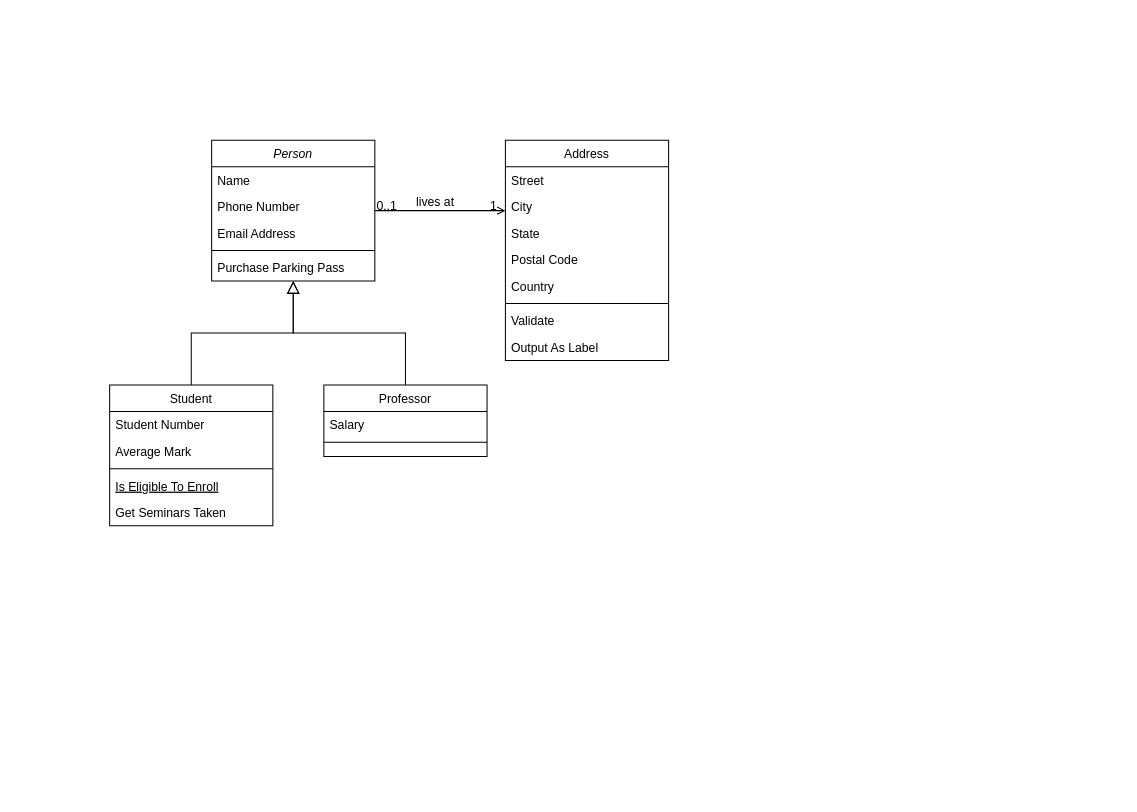
The draw.io diagram Untitled Diagram.drawio in tharika27/draw.io, before the edit. Source tidied: cells renumbered, new cells numbered last; positions are measured from the earlier drawing's top-left corner, leaving out a move shared by most shapes. Both pictures are drawn from the tidied source at 102%, with x=0, y=0 at pixel (109, 140).
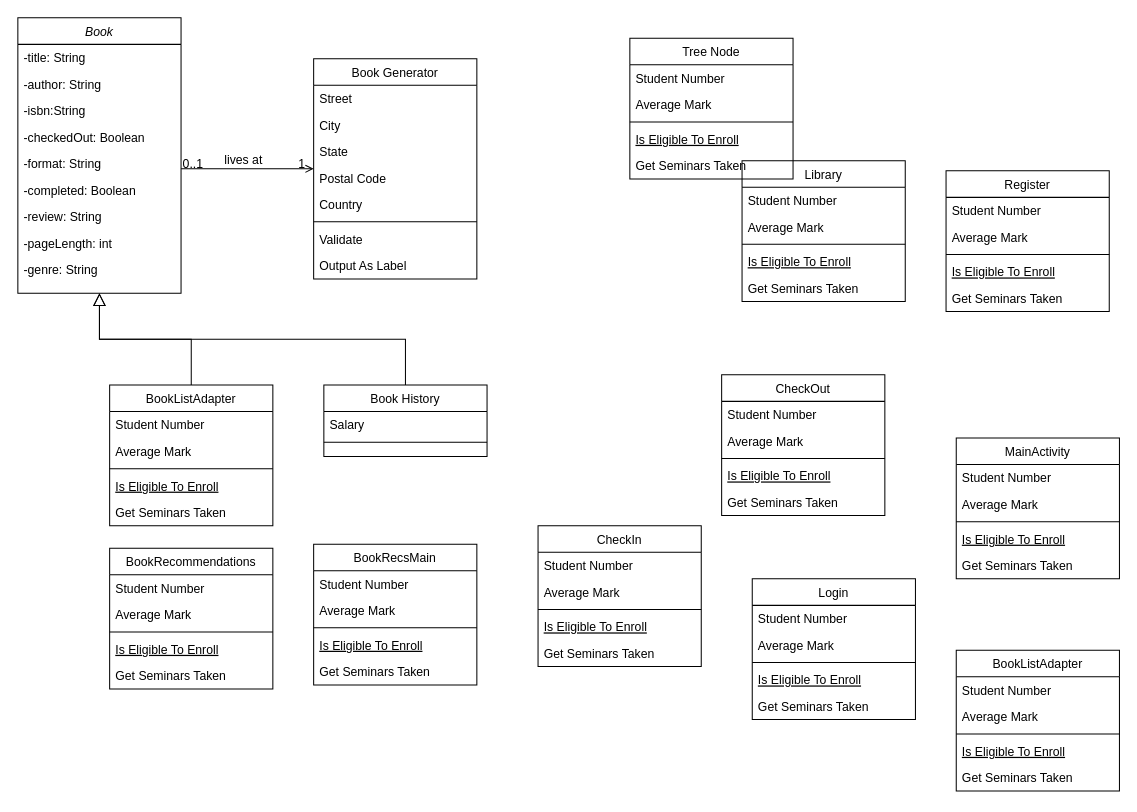
The same diagram, later.

The edit, as a diff of the source:
```diff
@@
-    <mxCell id="2" value="Person" style="swimlane;fontStyle=2;align=center;verticalAlign=top;horizontal=1;startSize=26;rounded=0;shadow=0;strokeWidth=1;" parent="1" vertex="1">
-      <mxGeometry x="100" width="160" height="138" as="geometry" />
+    <mxCell id="2" value="Book" style="swimlane;fontStyle=2;align=center;verticalAlign=top;horizontal=1;startSize=26;rounded=0;shadow=0;strokeWidth=1;" parent="1" vertex="1">
+      <mxGeometry x="-90" y="-120" width="160" height="270" as="geometry" />
     </mxCell>
-    <mxCell id="3" value="Name" style="text;align=left;verticalAlign=top;spacingLeft=4;spacingRight=4;overflow=hidden;" parent="2" vertex="1">
+    <mxCell id="3" value="-title: String&#10;&#10;" style="text;align=left;verticalAlign=top;spacingLeft=4;spacingRight=4;overflow=hidden;" parent="2" vertex="1">
       <mxGeometry y="26" width="160" height="26" as="geometry" />
     </mxCell>
-    <mxCell id="4" value="Phone Number" style="text;align=left;verticalAlign=top;spacingLeft=4;spacingRight=4;overflow=hidden;rounded=0;shadow=0;html=0;" parent="2" vertex="1">
+    <mxCell id="4" value="-author: String" style="text;align=left;verticalAlign=top;spacingLeft=4;spacingRight=4;overflow=hidden;rounded=0;shadow=0;html=0;" parent="2" vertex="1">
       <mxGeometry y="52" width="160" height="26" as="geometry" />
     </mxCell>
-    <mxCell id="5" value="Email Address" style="text;align=left;verticalAlign=top;spacingLeft=4;spacingRight=4;overflow=hidden;rounded=0;shadow=0;html=0;" parent="2" vertex="1">
+    <mxCell id="5" value="-isbn:String" style="text;align=left;verticalAlign=top;spacingLeft=4;spacingRight=4;overflow=hidden;rounded=0;shadow=0;html=0;" parent="2" vertex="1">
       <mxGeometry y="78" width="160" height="26" as="geometry" />
     </mxCell>
-    <mxCell id="6" style="line;html=1;strokeWidth=1;align=left;verticalAlign=middle;spacingTop=-1;spacingLeft=3;spacingRight=3;labelPosition=right;" parent="2" vertex="1">
-      <mxGeometry y="104" width="160" height="8" as="geometry" />
-    </mxCell>
-    <mxCell id="7" value="Purchase Parking Pass" style="text;align=left;verticalAlign=top;spacingLeft=4;spacingRight=4;overflow=hidden;" parent="2" vertex="1">
-      <mxGeometry y="112" width="160" height="26" as="geometry" />
-    </mxCell>
+    <mxCell id="32" value="-checkedOut: Boolean" style="text;align=left;verticalAlign=top;spacingLeft=4;spacingRight=4;overflow=hidden;rounded=0;shadow=0;html=0;" parent="2" vertex="1">
+      <mxGeometry y="104" width="160" height="26" as="geometry" />
+    </mxCell>
+    <mxCell id="33" value="-format: String" style="text;align=left;verticalAlign=top;spacingLeft=4;spacingRight=4;overflow=hidden;rounded=0;shadow=0;html=0;" parent="2" vertex="1">
+      <mxGeometry y="130" width="160" height="26" as="geometry" />
+    </mxCell>
+    <mxCell id="34" value="-completed: Boolean&#10;" style="text;align=left;verticalAlign=top;spacingLeft=4;spacingRight=4;overflow=hidden;rounded=0;shadow=0;html=0;" parent="2" vertex="1">
+      <mxGeometry y="156" width="160" height="26" as="geometry" />
+    </mxCell>
+    <mxCell id="35" value="-review: String" style="text;align=left;verticalAlign=top;spacingLeft=4;spacingRight=4;overflow=hidden;rounded=0;shadow=0;html=0;" parent="2" vertex="1">
+      <mxGeometry y="182" width="160" height="26" as="geometry" />
+    </mxCell>
+    <mxCell id="36" value="-pageLength: int" style="text;align=left;verticalAlign=top;spacingLeft=4;spacingRight=4;overflow=hidden;rounded=0;shadow=0;html=0;" parent="2" vertex="1">
+      <mxGeometry y="208" width="160" height="26" as="geometry" />
+    </mxCell>
+    <mxCell id="37" value="-genre: String" style="text;align=left;verticalAlign=top;spacingLeft=4;spacingRight=4;overflow=hidden;rounded=0;shadow=0;html=0;" parent="2" vertex="1">
+      <mxGeometry y="234" width="160" height="26" as="geometry" />
+    </mxCell>
-    <mxCell id="8" value="Student" style="swimlane;fontStyle=0;align=center;verticalAlign=top;horizontal=1;startSize=26;rounded=0;shadow=0;strokeWidth=1;" parent="1" vertex="1">
+    <mxCell id="8" value="BookListAdapter" style="swimlane;fontStyle=0;align=center;verticalAlign=top;horizontal=1;startSize=26;rounded=0;shadow=0;strokeWidth=1;" parent="1" vertex="1">
       <mxGeometry y="240" width="160" height="138" as="geometry" />
     </mxCell>
@@
-    <mxCell id="15" value="Professor" style="swimlane;fontStyle=0;align=center;verticalAlign=top;horizontal=1;startSize=26;rounded=0;shadow=0;strokeWidth=1;" parent="1" vertex="1">
+    <mxCell id="15" value="Book History" style="swimlane;fontStyle=0;align=center;verticalAlign=top;horizontal=1;startSize=26;rounded=0;shadow=0;strokeWidth=1;" parent="1" vertex="1">
       <mxGeometry x="210" y="240" width="160" height="70" as="geometry" />
     </mxCell>
@@
-    <mxCell id="19" value="Address" style="swimlane;fontStyle=0;align=center;verticalAlign=top;horizontal=1;startSize=26;rounded=0;shadow=0;strokeWidth=1;" parent="1" vertex="1">
-      <mxGeometry x="388" width="160" height="216" as="geometry" />
+    <mxCell id="19" value="Book Generator" style="swimlane;fontStyle=0;align=center;verticalAlign=top;horizontal=1;startSize=26;rounded=0;shadow=0;strokeWidth=1;" parent="1" vertex="1">
+      <mxGeometry x="200" y="-80" width="160" height="216" as="geometry" />
     </mxCell>
@@
+    <mxCell id="38" value="BookRecommendations" style="swimlane;fontStyle=0;align=center;verticalAlign=top;horizontal=1;startSize=26;rounded=0;shadow=0;strokeWidth=1;" parent="1" vertex="1">
+      <mxGeometry y="400" width="160" height="138" as="geometry" />
+    </mxCell>
+    <mxCell id="39" value="Student Number" style="text;align=left;verticalAlign=top;spacingLeft=4;spacingRight=4;overflow=hidden;" parent="38" vertex="1">
+      <mxGeometry y="26" width="160" height="26" as="geometry" />
+    </mxCell>
+    <mxCell id="40" value="Average Mark" style="text;align=left;verticalAlign=top;spacingLeft=4;spacingRight=4;overflow=hidden;rounded=0;shadow=0;html=0;" parent="38" vertex="1">
+      <mxGeometry y="52" width="160" height="26" as="geometry" />
+    </mxCell>
+    <mxCell id="41" style="line;html=1;strokeWidth=1;align=left;verticalAlign=middle;spacingTop=-1;spacingLeft=3;spacingRight=3;labelPosition=right;" parent="38" vertex="1">
+      <mxGeometry y="78" width="160" height="8" as="geometry" />
+    </mxCell>
+    <mxCell id="42" value="Is Eligible To Enroll" style="text;align=left;verticalAlign=top;spacingLeft=4;spacingRight=4;overflow=hidden;fontStyle=4;" parent="38" vertex="1">
+      <mxGeometry y="86" width="160" height="26" as="geometry" />
+    </mxCell>
+    <mxCell id="43" value="Get Seminars Taken" style="text;align=left;verticalAlign=top;spacingLeft=4;spacingRight=4;overflow=hidden;" parent="38" vertex="1">
+      <mxGeometry y="112" width="160" height="26" as="geometry" />
+    </mxCell>
+    <mxCell id="44" value="BookRecsMain" style="swimlane;fontStyle=0;align=center;verticalAlign=top;horizontal=1;startSize=26;rounded=0;shadow=0;strokeWidth=1;" parent="1" vertex="1">
+      <mxGeometry x="200" y="396" width="160" height="138" as="geometry" />
+    </mxCell>
+    <mxCell id="45" value="Student Number" style="text;align=left;verticalAlign=top;spacingLeft=4;spacingRight=4;overflow=hidden;" parent="44" vertex="1">
+      <mxGeometry y="26" width="160" height="26" as="geometry" />
+    </mxCell>
+    <mxCell id="46" value="Average Mark" style="text;align=left;verticalAlign=top;spacingLeft=4;spacingRight=4;overflow=hidden;rounded=0;shadow=0;html=0;" parent="44" vertex="1">
+      <mxGeometry y="52" width="160" height="26" as="geometry" />
+    </mxCell>
+    <mxCell id="47" style="line;html=1;strokeWidth=1;align=left;verticalAlign=middle;spacingTop=-1;spacingLeft=3;spacingRight=3;labelPosition=right;" parent="44" vertex="1">
+      <mxGeometry y="78" width="160" height="8" as="geometry" />
+    </mxCell>
+    <mxCell id="48" value="Is Eligible To Enroll" style="text;align=left;verticalAlign=top;spacingLeft=4;spacingRight=4;overflow=hidden;fontStyle=4;" parent="44" vertex="1">
+      <mxGeometry y="86" width="160" height="26" as="geometry" />
+    </mxCell>
+    <mxCell id="49" value="Get Seminars Taken" style="text;align=left;verticalAlign=top;spacingLeft=4;spacingRight=4;overflow=hidden;" parent="44" vertex="1">
+      <mxGeometry y="112" width="160" height="26" as="geometry" />
+    </mxCell>
+    <mxCell id="50" value="CheckIn" style="swimlane;fontStyle=0;align=center;verticalAlign=top;horizontal=1;startSize=26;rounded=0;shadow=0;strokeWidth=1;" parent="1" vertex="1">
+      <mxGeometry x="420" y="378" width="160" height="138" as="geometry" />
+    </mxCell>
+    <mxCell id="51" value="Student Number" style="text;align=left;verticalAlign=top;spacingLeft=4;spacingRight=4;overflow=hidden;" parent="50" vertex="1">
+      <mxGeometry y="26" width="160" height="26" as="geometry" />
+    </mxCell>
+    <mxCell id="52" value="Average Mark" style="text;align=left;verticalAlign=top;spacingLeft=4;spacingRight=4;overflow=hidden;rounded=0;shadow=0;html=0;" parent="50" vertex="1">
+      <mxGeometry y="52" width="160" height="26" as="geometry" />
+    </mxCell>
+    <mxCell id="53" style="line;html=1;strokeWidth=1;align=left;verticalAlign=middle;spacingTop=-1;spacingLeft=3;spacingRight=3;labelPosition=right;" parent="50" vertex="1">
+      <mxGeometry y="78" width="160" height="8" as="geometry" />
+    </mxCell>
+    <mxCell id="54" value="Is Eligible To Enroll" style="text;align=left;verticalAlign=top;spacingLeft=4;spacingRight=4;overflow=hidden;fontStyle=4;" parent="50" vertex="1">
+      <mxGeometry y="86" width="160" height="26" as="geometry" />
+    </mxCell>
+    <mxCell id="55" value="Get Seminars Taken" style="text;align=left;verticalAlign=top;spacingLeft=4;spacingRight=4;overflow=hidden;" parent="50" vertex="1">
+      <mxGeometry y="112" width="160" height="26" as="geometry" />
+    </mxCell>
+    <mxCell id="56" value="CheckOut" style="swimlane;fontStyle=0;align=center;verticalAlign=top;horizontal=1;startSize=26;rounded=0;shadow=0;strokeWidth=1;" parent="1" vertex="1">
+      <mxGeometry x="600" y="230" width="160" height="138" as="geometry" />
+    </mxCell>
+    <mxCell id="57" value="Student Number" style="text;align=left;verticalAlign=top;spacingLeft=4;spacingRight=4;overflow=hidden;" parent="56" vertex="1">
+      <mxGeometry y="26" width="160" height="26" as="geometry" />
+    </mxCell>
+    <mxCell id="58" value="Average Mark" style="text;align=left;verticalAlign=top;spacingLeft=4;spacingRight=4;overflow=hidden;rounded=0;shadow=0;html=0;" parent="56" vertex="1">
+      <mxGeometry y="52" width="160" height="26" as="geometry" />
+    </mxCell>
+    <mxCell id="59" style="line;html=1;strokeWidth=1;align=left;verticalAlign=middle;spacingTop=-1;spacingLeft=3;spacingRight=3;labelPosition=right;" parent="56" vertex="1">
+      <mxGeometry y="78" width="160" height="8" as="geometry" />
+    </mxCell>
+    <mxCell id="60" value="Is Eligible To Enroll" style="text;align=left;verticalAlign=top;spacingLeft=4;spacingRight=4;overflow=hidden;fontStyle=4;" parent="56" vertex="1">
+      <mxGeometry y="86" width="160" height="26" as="geometry" />
+    </mxCell>
+    <mxCell id="61" value="Get Seminars Taken" style="text;align=left;verticalAlign=top;spacingLeft=4;spacingRight=4;overflow=hidden;" parent="56" vertex="1">
+      <mxGeometry y="112" width="160" height="26" as="geometry" />
+    </mxCell>
+    <mxCell id="62" value="Library" style="swimlane;fontStyle=0;align=center;verticalAlign=top;horizontal=1;startSize=26;rounded=0;shadow=0;strokeWidth=1;" parent="1" vertex="1">
+      <mxGeometry x="620" y="20" width="160" height="138" as="geometry" />
+    </mxCell>
+    <mxCell id="63" value="Student Number" style="text;align=left;verticalAlign=top;spacingLeft=4;spacingRight=4;overflow=hidden;" parent="62" vertex="1">
+      <mxGeometry y="26" width="160" height="26" as="geometry" />
+    </mxCell>
+    <mxCell id="64" value="Average Mark" style="text;align=left;verticalAlign=top;spacingLeft=4;spacingRight=4;overflow=hidden;rounded=0;shadow=0;html=0;" parent="62" vertex="1">
+      <mxGeometry y="52" width="160" height="26" as="geometry" />
+    </mxCell>
+    <mxCell id="65" style="line;html=1;strokeWidth=1;align=left;verticalAlign=middle;spacingTop=-1;spacingLeft=3;spacingRight=3;labelPosition=right;" parent="62" vertex="1">
+      <mxGeometry y="78" width="160" height="8" as="geometry" />
+    </mxCell>
+    <mxCell id="66" value="Is Eligible To Enroll" style="text;align=left;verticalAlign=top;spacingLeft=4;spacingRight=4;overflow=hidden;fontStyle=4;" parent="62" vertex="1">
+      <mxGeometry y="86" width="160" height="26" as="geometry" />
+    </mxCell>
+    <mxCell id="67" value="Get Seminars Taken" style="text;align=left;verticalAlign=top;spacingLeft=4;spacingRight=4;overflow=hidden;" parent="62" vertex="1">
+      <mxGeometry y="112" width="160" height="26" as="geometry" />
+    </mxCell>
+    <mxCell id="68" value="Login" style="swimlane;fontStyle=0;align=center;verticalAlign=top;horizontal=1;startSize=26;rounded=0;shadow=0;strokeWidth=1;" parent="1" vertex="1">
+      <mxGeometry x="630" y="430" width="160" height="138" as="geometry" />
+    </mxCell>
+    <mxCell id="69" value="Student Number" style="text;align=left;verticalAlign=top;spacingLeft=4;spacingRight=4;overflow=hidden;" parent="68" vertex="1">
+      <mxGeometry y="26" width="160" height="26" as="geometry" />
+    </mxCell>
+    <mxCell id="70" value="Average Mark" style="text;align=left;verticalAlign=top;spacingLeft=4;spacingRight=4;overflow=hidden;rounded=0;shadow=0;html=0;" parent="68" vertex="1">
+      <mxGeometry y="52" width="160" height="26" as="geometry" />
+    </mxCell>
+    <mxCell id="71" style="line;html=1;strokeWidth=1;align=left;verticalAlign=middle;spacingTop=-1;spacingLeft=3;spacingRight=3;labelPosition=right;" parent="68" vertex="1">
+      <mxGeometry y="78" width="160" height="8" as="geometry" />
+    </mxCell>
+    <mxCell id="72" value="Is Eligible To Enroll" style="text;align=left;verticalAlign=top;spacingLeft=4;spacingRight=4;overflow=hidden;fontStyle=4;" parent="68" vertex="1">
+      <mxGeometry y="86" width="160" height="26" as="geometry" />
+    </mxCell>
+    <mxCell id="73" value="Get Seminars Taken" style="text;align=left;verticalAlign=top;spacingLeft=4;spacingRight=4;overflow=hidden;" parent="68" vertex="1">
+      <mxGeometry y="112" width="160" height="26" as="geometry" />
+    </mxCell>
+    <mxCell id="74" value="MainActivity" style="swimlane;fontStyle=0;align=center;verticalAlign=top;horizontal=1;startSize=26;rounded=0;shadow=0;strokeWidth=1;" parent="1" vertex="1">
+      <mxGeometry x="830" y="292" width="160" height="138" as="geometry" />
+    </mxCell>
+    <mxCell id="75" value="Student Number" style="text;align=left;verticalAlign=top;spacingLeft=4;spacingRight=4;overflow=hidden;" parent="74" vertex="1">
+      <mxGeometry y="26" width="160" height="26" as="geometry" />
+    </mxCell>
+    <mxCell id="76" value="Average Mark" style="text;align=left;verticalAlign=top;spacingLeft=4;spacingRight=4;overflow=hidden;rounded=0;shadow=0;html=0;" parent="74" vertex="1">
+      <mxGeometry y="52" width="160" height="26" as="geometry" />
+    </mxCell>
+    <mxCell id="77" style="line;html=1;strokeWidth=1;align=left;verticalAlign=middle;spacingTop=-1;spacingLeft=3;spacingRight=3;labelPosition=right;" parent="74" vertex="1">
+      <mxGeometry y="78" width="160" height="8" as="geometry" />
+    </mxCell>
+    <mxCell id="78" value="Is Eligible To Enroll" style="text;align=left;verticalAlign=top;spacingLeft=4;spacingRight=4;overflow=hidden;fontStyle=4;" parent="74" vertex="1">
+      <mxGeometry y="86" width="160" height="26" as="geometry" />
+    </mxCell>
+    <mxCell id="79" value="Get Seminars Taken" style="text;align=left;verticalAlign=top;spacingLeft=4;spacingRight=4;overflow=hidden;" parent="74" vertex="1">
+      <mxGeometry y="112" width="160" height="26" as="geometry" />
+    </mxCell>
+    <mxCell id="80" value="Register" style="swimlane;fontStyle=0;align=center;verticalAlign=top;horizontal=1;startSize=26;rounded=0;shadow=0;strokeWidth=1;" parent="1" vertex="1">
+      <mxGeometry x="820" y="30" width="160" height="138" as="geometry" />
+    </mxCell>
+    <mxCell id="81" value="Student Number" style="text;align=left;verticalAlign=top;spacingLeft=4;spacingRight=4;overflow=hidden;" parent="80" vertex="1">
+      <mxGeometry y="26" width="160" height="26" as="geometry" />
+    </mxCell>
+    <mxCell id="82" value="Average Mark" style="text;align=left;verticalAlign=top;spacingLeft=4;spacingRight=4;overflow=hidden;rounded=0;shadow=0;html=0;" parent="80" vertex="1">
+      <mxGeometry y="52" width="160" height="26" as="geometry" />
+    </mxCell>
+    <mxCell id="83" style="line;html=1;strokeWidth=1;align=left;verticalAlign=middle;spacingTop=-1;spacingLeft=3;spacingRight=3;labelPosition=right;" parent="80" vertex="1">
+      <mxGeometry y="78" width="160" height="8" as="geometry" />
+    </mxCell>
+    <mxCell id="84" value="Is Eligible To Enroll" style="text;align=left;verticalAlign=top;spacingLeft=4;spacingRight=4;overflow=hidden;fontStyle=4;" parent="80" vertex="1">
+      <mxGeometry y="86" width="160" height="26" as="geometry" />
+    </mxCell>
+    <mxCell id="85" value="Get Seminars Taken" style="text;align=left;verticalAlign=top;spacingLeft=4;spacingRight=4;overflow=hidden;" parent="80" vertex="1">
+      <mxGeometry y="112" width="160" height="26" as="geometry" />
+    </mxCell>
+    <mxCell id="86" value="BookListAdapter" style="swimlane;fontStyle=0;align=center;verticalAlign=top;horizontal=1;startSize=26;rounded=0;shadow=0;strokeWidth=1;" parent="1" vertex="1">
+      <mxGeometry x="830" y="500" width="160" height="138" as="geometry" />
+    </mxCell>
+    <mxCell id="87" value="Student Number" style="text;align=left;verticalAlign=top;spacingLeft=4;spacingRight=4;overflow=hidden;" parent="86" vertex="1">
+      <mxGeometry y="26" width="160" height="26" as="geometry" />
+    </mxCell>
+    <mxCell id="88" value="Average Mark" style="text;align=left;verticalAlign=top;spacingLeft=4;spacingRight=4;overflow=hidden;rounded=0;shadow=0;html=0;" parent="86" vertex="1">
+      <mxGeometry y="52" width="160" height="26" as="geometry" />
+    </mxCell>
+    <mxCell id="89" style="line;html=1;strokeWidth=1;align=left;verticalAlign=middle;spacingTop=-1;spacingLeft=3;spacingRight=3;labelPosition=right;" parent="86" vertex="1">
+      <mxGeometry y="78" width="160" height="8" as="geometry" />
+    </mxCell>
+    <mxCell id="90" value="Is Eligible To Enroll" style="text;align=left;verticalAlign=top;spacingLeft=4;spacingRight=4;overflow=hidden;fontStyle=4;" parent="86" vertex="1">
+      <mxGeometry y="86" width="160" height="26" as="geometry" />
+    </mxCell>
+    <mxCell id="91" value="Get Seminars Taken" style="text;align=left;verticalAlign=top;spacingLeft=4;spacingRight=4;overflow=hidden;" parent="86" vertex="1">
+      <mxGeometry y="112" width="160" height="26" as="geometry" />
+    </mxCell>
+    <mxCell id="92" value="Tree Node" style="swimlane;fontStyle=0;align=center;verticalAlign=top;horizontal=1;startSize=26;rounded=0;shadow=0;strokeWidth=1;" parent="1" vertex="1">
+      <mxGeometry x="510" y="-100" width="160" height="138" as="geometry" />
+    </mxCell>
+    <mxCell id="93" value="Student Number" style="text;align=left;verticalAlign=top;spacingLeft=4;spacingRight=4;overflow=hidden;" parent="92" vertex="1">
+      <mxGeometry y="26" width="160" height="26" as="geometry" />
+    </mxCell>
+    <mxCell id="94" value="Average Mark" style="text;align=left;verticalAlign=top;spacingLeft=4;spacingRight=4;overflow=hidden;rounded=0;shadow=0;html=0;" parent="92" vertex="1">
+      <mxGeometry y="52" width="160" height="26" as="geometry" />
+    </mxCell>
+    <mxCell id="95" style="line;html=1;strokeWidth=1;align=left;verticalAlign=middle;spacingTop=-1;spacingLeft=3;spacingRight=3;labelPosition=right;" parent="92" vertex="1">
+      <mxGeometry y="78" width="160" height="8" as="geometry" />
+    </mxCell>
+    <mxCell id="96" value="Is Eligible To Enroll" style="text;align=left;verticalAlign=top;spacingLeft=4;spacingRight=4;overflow=hidden;fontStyle=4;" parent="92" vertex="1">
+      <mxGeometry y="86" width="160" height="26" as="geometry" />
+    </mxCell>
+    <mxCell id="97" value="Get Seminars Taken" style="text;align=left;verticalAlign=top;spacingLeft=4;spacingRight=4;overflow=hidden;" parent="92" vertex="1">
+      <mxGeometry y="112" width="160" height="26" as="geometry" />
+    </mxCell>
```
